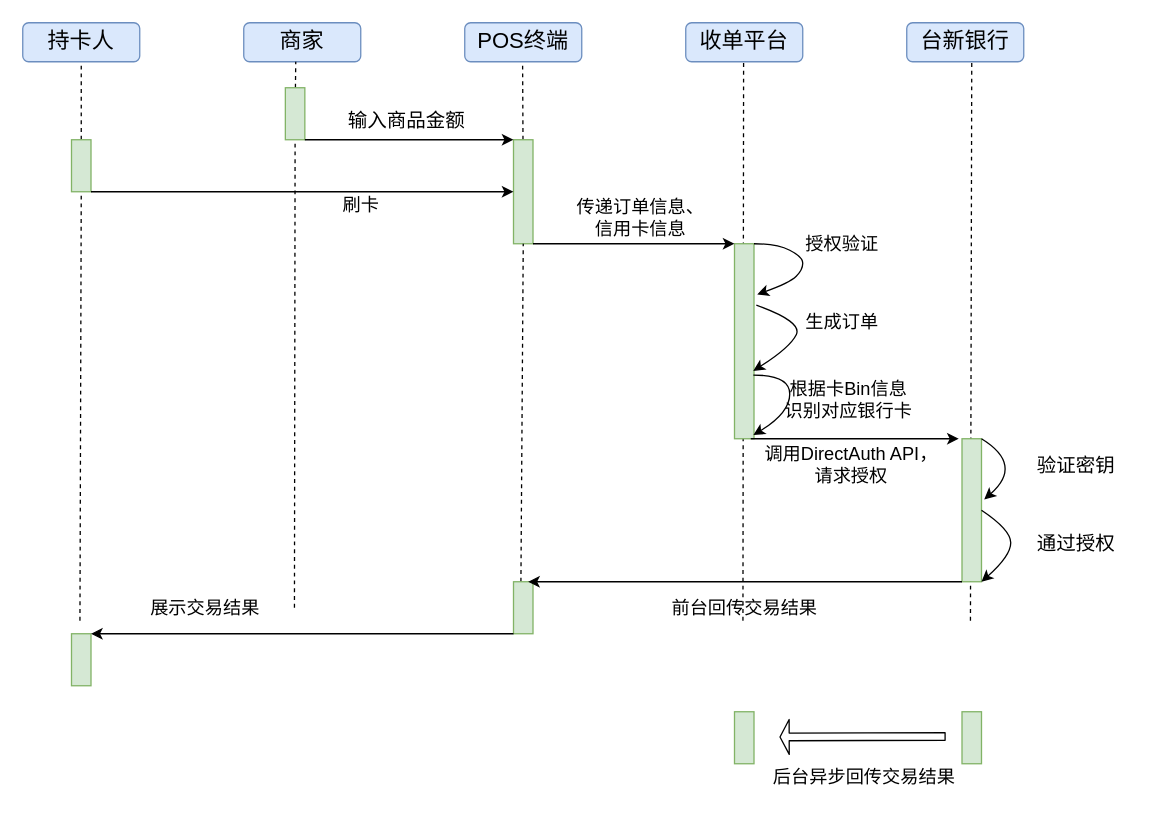
Earlier version of the draw.io diagram 台新银行--信用卡转账.drawio (MarkYongfengZheng/WFT). Source tidied: cells renumbered, new cells numbered last; positions are measured from the earlier drawing's top-left corner, leaving out a move shared by most shapes. Both pictures are drawn from the tidied source at 130%, with x=0, y=0 at pixel (22, 22).
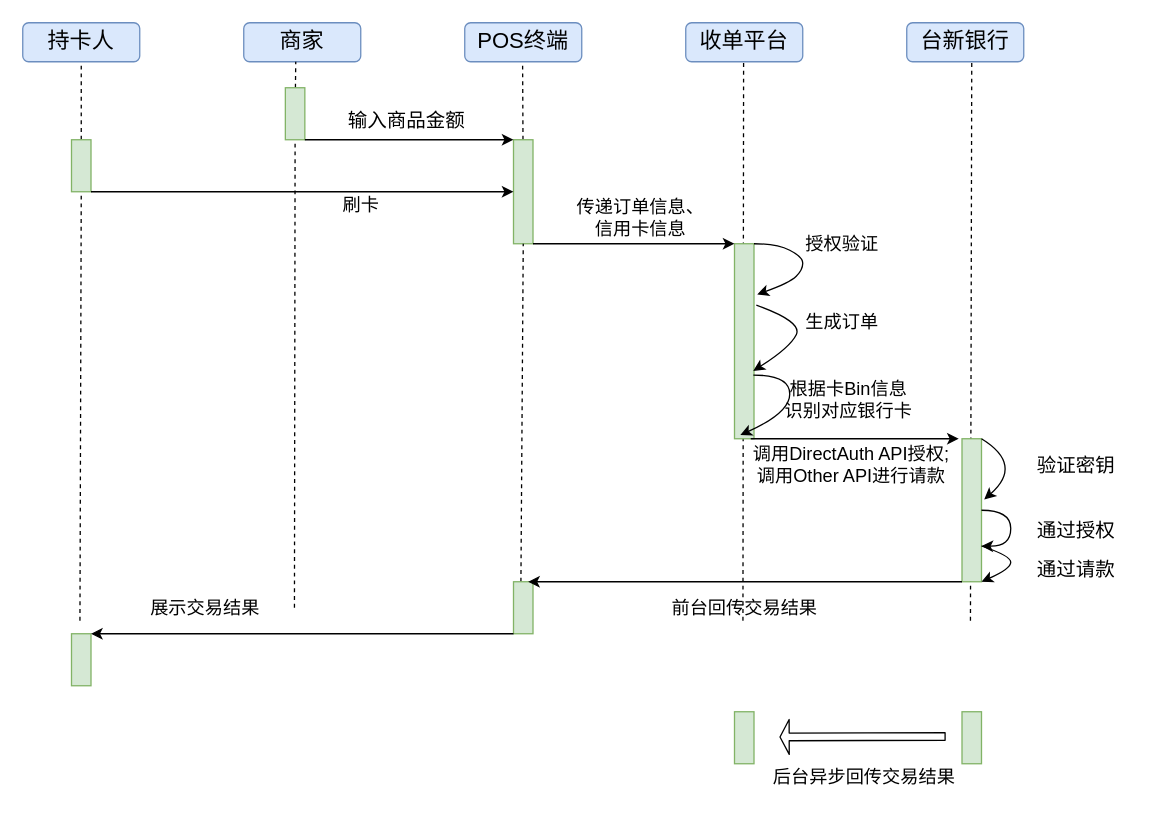
Above is the later version.

Commit message:
Update 台新银行--信用卡转账.drawio

The change refers to these unchanged cells:
```xml
<mxCell id="26" style="rounded=0;whiteSpace=wrap;html=1;fontSize=17;fillColor=#d5e8d4;strokeColor=#82b366;" parent="1" vertex="1">
  <mxGeometry x="722.5" y="320" width="15" height="110" as="geometry" />
</mxCell>
```

Change to the diagram source:
```diff
@@
-    <mxCell id="28" value="&lt;div&gt;调用DirectAuth API，&lt;/div&gt;&lt;div&gt;请求授权&lt;/div&gt;" style="text;html=1;align=center;verticalAlign=middle;points=[];fontSize=14;" parent="1" vertex="1">
-      <mxGeometry x="562" y="320" width="150" height="40" as="geometry" />
+    <mxCell id="28" value="&lt;div&gt;调用DirectAuth API授权;&lt;/div&gt;&lt;div&gt;调用Other API进行请款&lt;br&gt;&lt;/div&gt;" style="text;html=1;align=center;verticalAlign=middle;points=[];fontSize=14;" parent="1" vertex="1">
+      <mxGeometry x="552" y="320" width="170" height="40" as="geometry" />
     </mxCell>
@@
-    <mxCell id="41" style="curved=1;endArrow=classic;html=1;fontSize=15;exitX=1;exitY=0.5;exitDx=0;exitDy=0;entryX=1;entryY=1;entryDx=0;entryDy=0;" parent="1" edge="1" source="26" target="26">
+    <mxCell id="41" style="curved=1;endArrow=classic;html=1;fontSize=15;exitX=1;exitY=0.5;exitDx=0;exitDy=0;entryX=1;entryY=0.75;entryDx=0;entryDy=0;" parent="1" edge="1" source="26" target="26">
       <mxGeometry relative="1" as="geometry">
         <Array as="points">
-          <mxPoint x="760" y="390" />
-          <mxPoint x="760" y="410" />
+          <mxPoint x="760" y="375" />
+          <mxPoint x="760" y="403" />
         </Array>
       </mxGeometry>
     </mxCell>
     <mxCell id="42" value="通过授权" style="text;html=1;align=center;verticalAlign=middle;fontSize=15;" parent="1" vertex="1">
-      <mxGeometry x="770" y="390" width="80" height="20" as="geometry" />
+      <mxGeometry x="770" y="380" width="80" height="20" as="geometry" />
     </mxCell>
@@
+    <mxCell id="49" style="curved=1;endArrow=classic;html=1;fontSize=15;exitX=1;exitY=0.75;exitDx=0;exitDy=0;entryX=1;entryY=1;entryDx=0;entryDy=0;" parent="1" edge="1" source="26" target="26">
+      <mxGeometry relative="1" as="geometry">
+        <Array as="points">
+          <mxPoint x="760" y="410" />
+          <mxPoint x="760" y="420" />
+        </Array>
+      </mxGeometry>
+    </mxCell>
+    <mxCell id="50" value="通过请款" style="text;html=1;align=center;verticalAlign=middle;fontSize=15;" parent="1" vertex="1">
+      <mxGeometry x="770" y="410" width="80" height="20" as="geometry" />
+    </mxCell>
```
